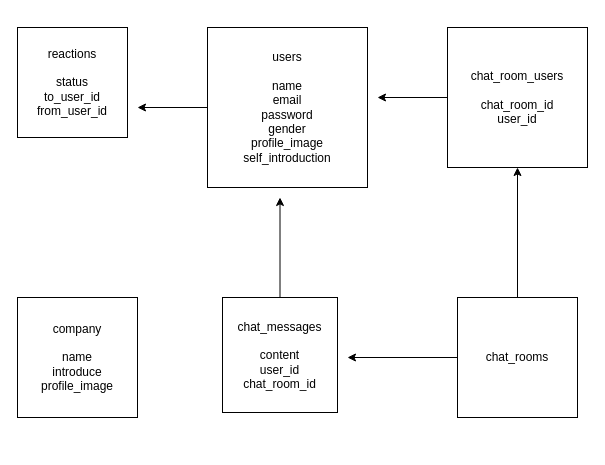
This is ER.dio from pochi13/company, a draw.io file, before an edit. Source tidied: cells renumbered, new cells numbered last; positions are measured from the earlier drawing's top-left corner, leaving out a move shared by most shapes. Both pictures are drawn from the tidied source at 100%, with x=0, y=0 at pixel (17, 27).
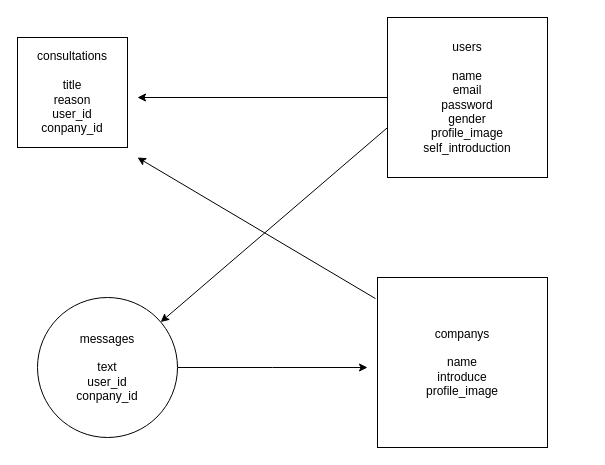
After the change.

Change to the diagram source:
```diff
@@
 <mxGraphModel>
   <root>
     <mxCell id="0" />
     <mxCell id="1" parent="0" />
-    <mxCell id="2" value="reactions&lt;br&gt;&lt;br&gt;status&lt;br&gt;to_user_id&lt;br&gt;from_user_id" style="whiteSpace=wrap;html=1;" parent="1" vertex="1">
-      <mxGeometry width="110" height="110" as="geometry" />
+    <mxCell id="2" value="consultations&lt;br&gt;&lt;br&gt;title&lt;br&gt;reason&lt;br&gt;user_id&lt;br&gt;conpany_id" style="whiteSpace=wrap;html=1;" parent="1" vertex="1">
+      <mxGeometry y="10" width="110" height="110" as="geometry" />
     </mxCell>
     <mxCell id="3" style="edgeStyle=orthogonalEdgeStyle;rounded=0;jettySize=auto;html=1;" parent="1" edge="1" source="4">
       <mxGeometry relative="1" as="geometry">
-        <mxPoint x="120" y="80" as="targetPoint" />
+        <mxPoint x="120" y="70" as="targetPoint" />
+        <Array as="points">
+          <mxPoint x="120" y="70" />
+        </Array>
       </mxGeometry>
     </mxCell>
     <mxCell id="4" value="users&lt;br&gt;&lt;br&gt;name&lt;br&gt;email&lt;br&gt;password&lt;br&gt;gender&lt;br&gt;profile_image&lt;br&gt;self_introduction" style="whiteSpace=wrap;html=1;" parent="1" vertex="1">
-      <mxGeometry x="190" width="160" height="160" as="geometry" />
+      <mxGeometry x="370" y="-10" width="160" height="160" as="geometry" />
     </mxCell>
-    <mxCell id="5" style="edgeStyle=orthogonalEdgeStyle;rounded=0;jettySize=auto;html=1;" parent="1" edge="1" source="6">
-      <mxGeometry relative="1" as="geometry">
-        <mxPoint x="360" y="70" as="targetPoint" />
-      </mxGeometry>
-    </mxCell>
-    <mxCell id="6" value="chat_room_users&lt;br&gt;&lt;br&gt;chat_room_id&lt;br&gt;user_id&lt;br&gt;" style="whiteSpace=wrap;html=1;" parent="1" vertex="1">
-      <mxGeometry x="430" width="140" height="140" as="geometry" />
-    </mxCell>
-    <mxCell id="7" style="edgeStyle=orthogonalEdgeStyle;rounded=0;jettySize=auto;html=1;exitX=0;exitY=0.5;exitDx=0;exitDy=0;" parent="1" edge="1" source="9">
-      <mxGeometry relative="1" as="geometry">
-        <mxPoint x="330" y="330" as="targetPoint" />
-      </mxGeometry>
-    </mxCell>
-    <mxCell id="8" style="edgeStyle=orthogonalEdgeStyle;rounded=0;jettySize=auto;html=1;exitX=0.5;exitY=0;exitDx=0;exitDy=0;" parent="1" edge="1" source="9">
-      <mxGeometry relative="1" as="geometry">
-        <mxPoint x="500" y="140" as="targetPoint" />
-      </mxGeometry>
-    </mxCell>
-    <mxCell id="9" value="chat_rooms" style="whiteSpace=wrap;html=1;" parent="1" vertex="1">
-      <mxGeometry x="440" y="270" width="120" height="120" as="geometry" />
-    </mxCell>
-    <mxCell id="10" style="edgeStyle=orthogonalEdgeStyle;rounded=0;jettySize=auto;html=1;" parent="1" edge="1" source="11">
-      <mxGeometry relative="1" as="geometry">
-        <mxPoint x="262.5" y="170" as="targetPoint" />
-      </mxGeometry>
-    </mxCell>
-    <mxCell id="11" value="chat_messages&lt;br&gt;&lt;br&gt;content&lt;br&gt;user_id&lt;br&gt;chat_room_id" style="whiteSpace=wrap;html=1;" parent="1" vertex="1">
-      <mxGeometry x="205" y="270" width="115" height="115" as="geometry" />
-    </mxCell>
-    <mxCell id="12" value="company&lt;br&gt;&lt;br&gt;name&lt;br&gt;introduce&lt;br&gt;profile_image" style="whiteSpace=wrap;html=1;" parent="1" vertex="1">
-      <mxGeometry y="270" width="120" height="120" as="geometry" />
+    <mxCell id="12" value="companys&lt;br&gt;&lt;br&gt;name&lt;br&gt;introduce&lt;br&gt;profile_image" style="whiteSpace=wrap;html=1;" parent="1" vertex="1">
+      <mxGeometry x="360" y="250" width="170" height="170" as="geometry" />
     </mxCell>
+    <mxCell id="13" style="edgeStyle=orthogonalEdgeStyle;rounded=0;jettySize=auto;html=1;" parent="1" edge="1" source="14">
+      <mxGeometry relative="1" as="geometry">
+        <mxPoint x="350" y="340" as="targetPoint" />
+      </mxGeometry>
+    </mxCell>
+    <mxCell id="14" value="messages&lt;br&gt;&lt;br&gt;text&lt;br&gt;user_id&lt;br&gt;conpany_id" style="ellipse;whiteSpace=wrap;html=1;" parent="1" vertex="1">
+      <mxGeometry x="20" y="270" width="140" height="140" as="geometry" />
+    </mxCell>
+    <mxCell id="15" style="endArrow=classic;html=1;exitX=-0.012;exitY=0.124;exitDx=0;exitDy=0;exitPerimeter=0;" parent="1" edge="1" source="12">
+      <mxGeometry relative="1" as="geometry">
+        <mxPoint x="120" y="130" as="targetPoint" />
+      </mxGeometry>
+    </mxCell>
+    <mxCell id="16" style="endArrow=classic;html=1;exitX=0;exitY=0.688;exitDx=0;exitDy=0;exitPerimeter=0;" parent="1" edge="1" source="4" target="14">
+      <mxGeometry relative="1" as="geometry" />
+    </mxCell>
   </root>
 </mxGraphModel>
```
